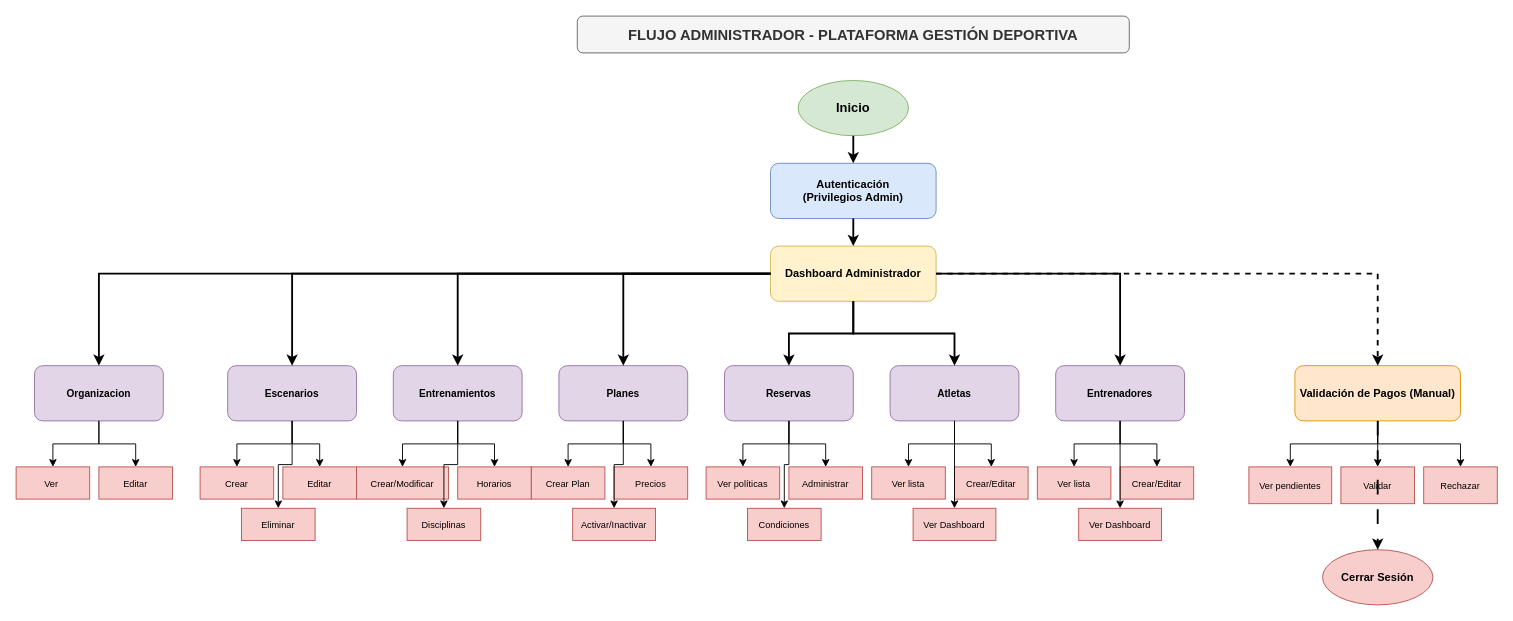
This is page "1. Flujo Administrador" (1 of 3) of projectspec/diagrams/athlete-jurney.drawio from SergioRojasM/app-sports-manager, a draw.io file, before an edit. Source tidied: cells renumbered, new cells numbered last; positions are measured from the earlier drawing's top-left corner, leaving out a move shared by most shapes. Both pictures are drawn from the tidied source at 92%, with x=0, y=0 at pixel (16, 16).
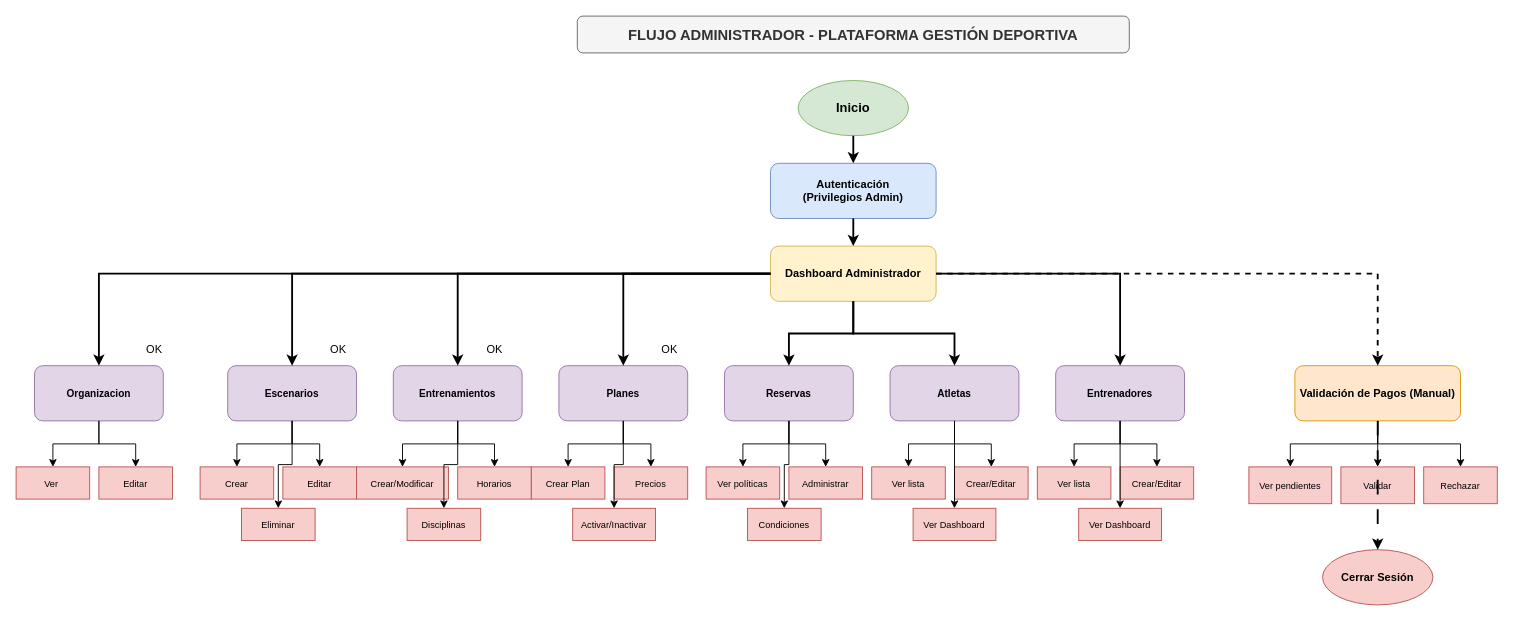
The same page after the edit.

Change to the diagram source:
```diff
@@
+    <mxCell id="72" value="OK" style="text;html=1;align=center;verticalAlign=middle;strokeColor=none;fillColor=none;" parent="1" vertex="1">
+      <mxGeometry x="130" y="348" width="40" height="30" as="geometry" />
+    </mxCell>
+    <mxCell id="73" value="OK" style="text;html=1;align=center;verticalAlign=middle;strokeColor=none;fillColor=none;" parent="1" vertex="1">
+      <mxGeometry x="330" y="348" width="40" height="30" as="geometry" />
+    </mxCell>
+    <mxCell id="74" value="OK" style="text;html=1;align=center;verticalAlign=middle;strokeColor=none;fillColor=none;" parent="1" vertex="1">
+      <mxGeometry x="500" y="348" width="40" height="30" as="geometry" />
+    </mxCell>
+    <mxCell id="75" value="OK" style="text;html=1;align=center;verticalAlign=middle;strokeColor=none;fillColor=none;" parent="1" vertex="1">
+      <mxGeometry x="690" y="348" width="40" height="30" as="geometry" />
+    </mxCell>
```
